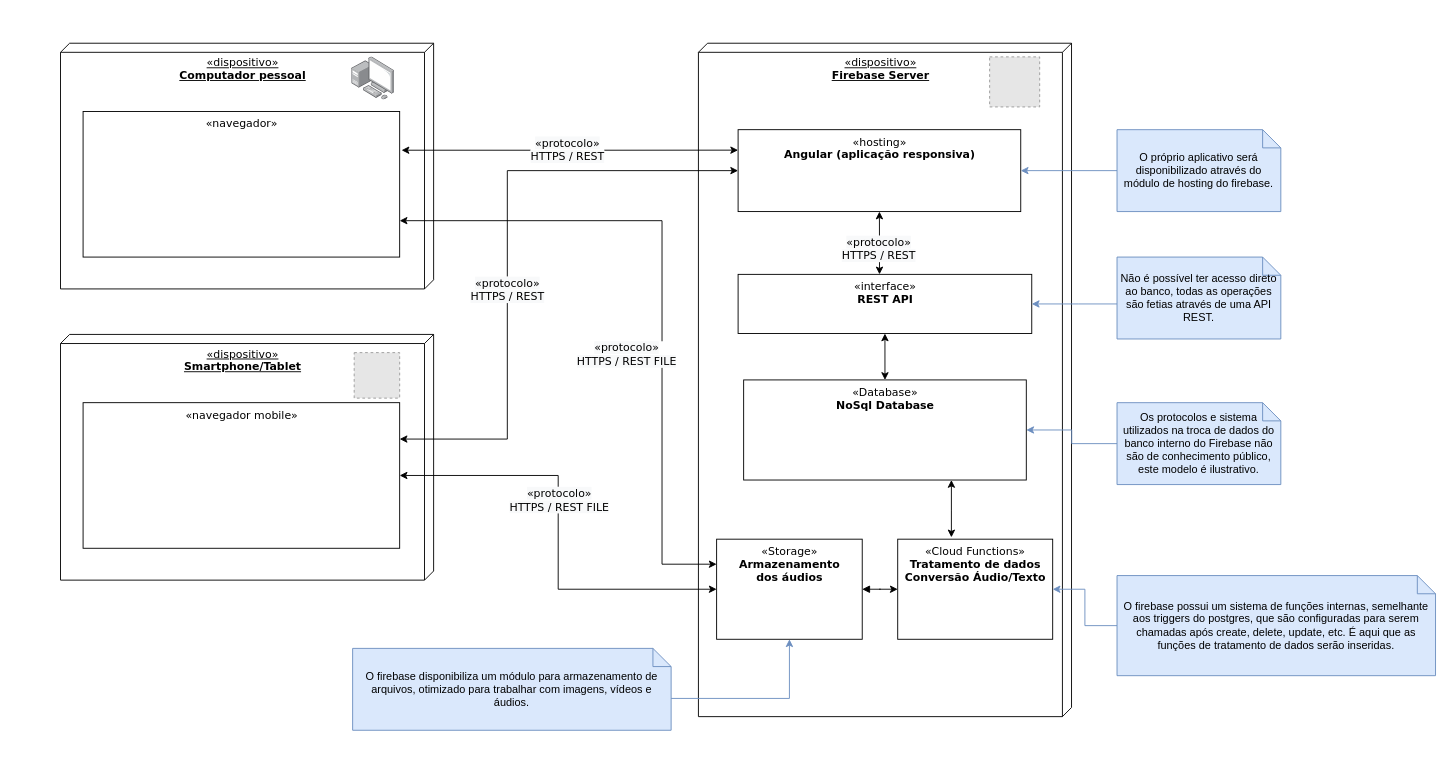
This is Modelagem Arquitetura/Modelo de Implantação.drawio from BrunoLunardi/SIN412-DESENVOLVIMENTO-APP, a draw.io file, before an edit. Source tidied: cells renumbered, new cells numbered last; positions are measured from the earlier drawing's top-left corner, leaving out a move shared by most shapes. Both pictures are drawn from the tidied source at 91%, with x=0, y=0 at pixel (60, 43). Pictures stored in the file or linked from it are replaced by grey dashed boxes.
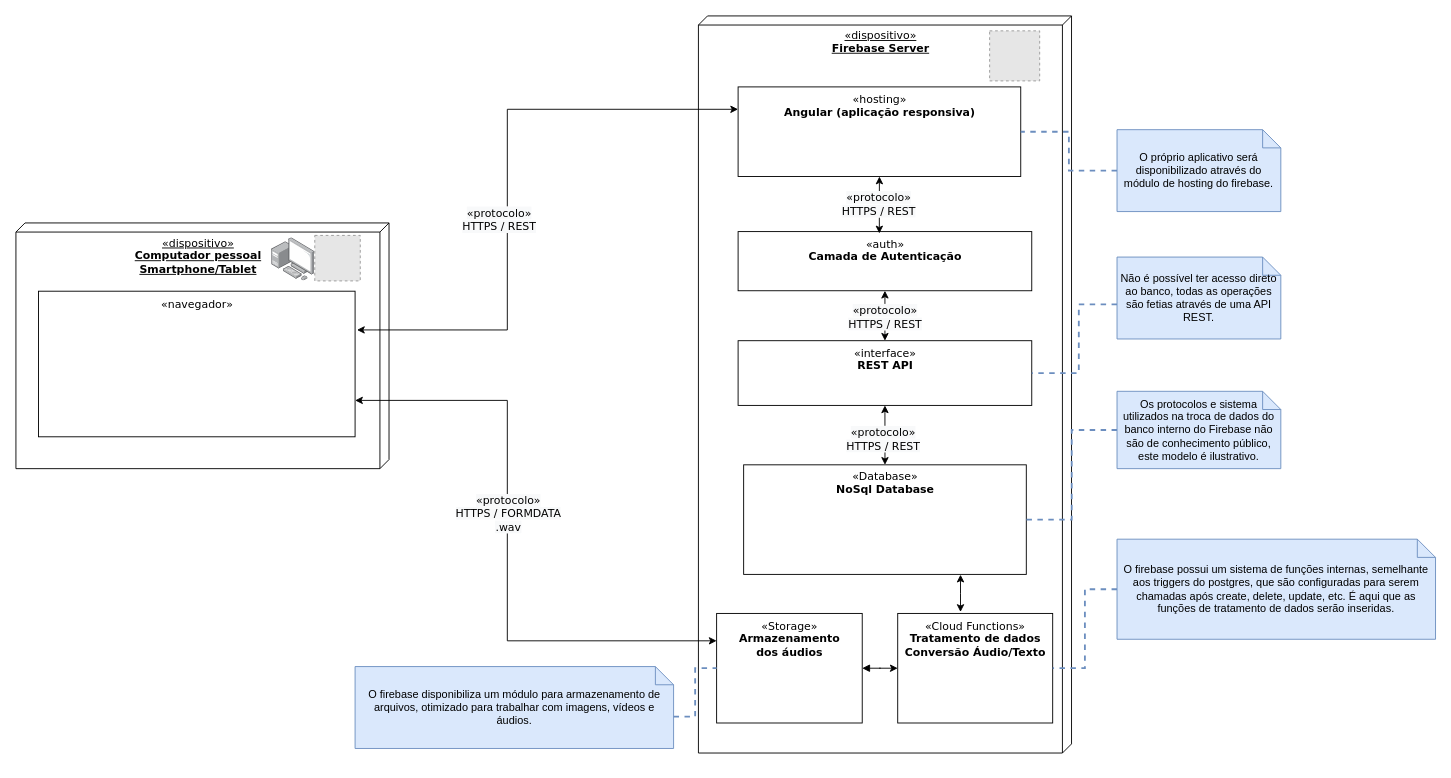
Above is the later version.

Commit message (it also covers changes not shown here):
Correções frinhani

The change refers to these unchanged cells:
```xml
<mxCell id="6" style="edgeStyle=none;rounded=0;jettySize=auto;html=1;exitX=0.5;exitY=1;exitDx=0;exitDy=0;entryX=0.5;entryY=0;entryDx=0;entryDy=0;startArrow=classic;startFill=1;" parent="4" edge="1" source="7" target="9">
  <mxGeometry relative="1" as="geometry" />
</mxCell>
<mxCell id="36" value="O próprio aplicativo será disponibilizado através do módulo de hosting do firebase." style="shape=note;size=20;whiteSpace=wrap;html=1;fillColor=#dae8fc;strokeColor=#6c8ebf;" parent="1" vertex="1">
  <mxGeometry x="1161" y="95" width="180" height="90" as="geometry" />
</mxCell>
<mxCell id="38" value="Não é possível ter acesso direto ao banco, todas as operações são fetias através de uma API REST." style="shape=note;size=20;whiteSpace=wrap;html=1;fillColor=#dae8fc;strokeColor=#6c8ebf;" parent="1" vertex="1">
  <mxGeometry x="1161" y="235" width="180" height="90" as="geometry" />
</mxCell>
```

The edit, as a diff of the source:
```diff
@@
     <mxCell id="2" style="group;fontStyle=0;" parent="1" vertex="1">
-      <mxGeometry x="481" y="40" width="630" height="740" as="geometry" />
+      <mxGeometry x="481" y="50" width="630" height="740" as="geometry" />
     </mxCell>
     <mxCell id="3" style="group;" parent="2" vertex="1">
-      <mxGeometry x="220" y="-40" width="410" height="740" as="geometry" />
+      <mxGeometry x="220" y="-80" width="410" height="810" as="geometry" />
     </mxCell>
     <mxCell id="4" style="group;" parent="3" vertex="1">
-      <mxGeometry width="410" height="740" as="geometry" />
+      <mxGeometry width="410" height="810" as="geometry" />
     </mxCell>
     <mxCell id="5" value="«dispositivo»&lt;br&gt;&lt;b&gt;Firebase Server&lt;/b&gt;" style="verticalAlign=top;align=center;spacingTop=8;spacingLeft=2;spacingRight=12;shape=cube;size=10;direction=south;fontStyle=4;html=1;rounded=0;shadow=0;comic=0;labelBackgroundColor=none;strokeWidth=1;fontFamily=Verdana;fontSize=12;" parent="4" vertex="1">
-      <mxGeometry width="410" height="740" as="geometry" />
+      <mxGeometry width="410" height="810" as="geometry" />
     </mxCell>
@@
+    <mxCell id="41" value="&lt;span style=&quot;font-family: &amp;#34;verdana&amp;#34; ; font-size: 12px ; background-color: rgb(248 , 249 , 250)&quot;&gt;«protocolo»&lt;/span&gt;&lt;br style=&quot;font-family: &amp;#34;verdana&amp;#34; ; font-size: 12px&quot;&gt;&lt;span style=&quot;font-family: &amp;#34;verdana&amp;#34; ; font-size: 12px ; background-color: rgb(248 , 249 , 250)&quot;&gt;HTTPS / REST&lt;/span&gt;" style="edgeLabel;html=1;align=center;verticalAlign=middle;" parent="6" vertex="1">
+      <mxGeometry x="0.09" y="-2" relative="1" as="geometry" />
+    </mxCell>
     <mxCell id="7" value="«interface»&lt;br&gt;&lt;b&gt;REST API&lt;/b&gt;" style="html=1;rounded=0;shadow=0;comic=0;labelBackgroundColor=none;strokeWidth=1;fontFamily=Verdana;fontSize=12;align=center;verticalAlign=top;" parent="4" vertex="1">
-      <mxGeometry x="43.6" y="254" width="322.7" height="65" as="geometry" />
+      <mxGeometry x="43.6" y="356.9" width="322.7" height="71.1" as="geometry" />
     </mxCell>
     <mxCell id="8" style="edgeStyle=orthogonalEdgeStyle;rounded=0;orthogonalLoop=1;jettySize=auto;html=1;startArrow=classic;startFill=1;" parent="4" edge="1">
       <mxGeometry relative="1" as="geometry">
-        <mxPoint x="278" y="480" as="sourcePoint" />
-        <mxPoint x="278" y="543" as="targetPoint" />
+        <mxPoint x="288" y="614" as="sourcePoint" />
+        <mxPoint x="288" y="655" as="targetPoint" />
         <Array as="points">
-          <mxPoint x="278" y="513" />
-          <mxPoint x="278" y="513" />
+          <mxPoint x="288" y="635" />
+          <mxPoint x="288" y="635" />
         </Array>
       </mxGeometry>
     </mxCell>
     <mxCell id="9" value="«Database»&lt;br&gt;&lt;b&gt;NoSql Database&lt;/b&gt;" style="html=1;rounded=0;shadow=0;comic=0;labelBackgroundColor=none;strokeWidth=1;fontFamily=Verdana;fontSize=12;align=center;verticalAlign=top;" parent="4" vertex="1">
-      <mxGeometry x="49.7" y="370" width="310.6" height="110" as="geometry" />
+      <mxGeometry x="49.7" y="493.3" width="310.6" height="120.4" as="geometry" />
     </mxCell>
     <mxCell id="10" style="fillColor=#E6E6E6;strokeColor=#999999;dashed=1;html=1;verticalAlign=top;verticalLabelPosition=bottom;labelBackgroundColor=#ffffff;" parent="4" vertex="1">
-      <mxGeometry x="320" y="15" width="55" height="55" as="geometry" />
+      <mxGeometry x="320" y="16.4" width="55" height="55" as="geometry" />
     </mxCell>
     <mxCell id="11" value="«Cloud Functions»&lt;br&gt;&lt;b&gt;Tratamento de dados&lt;br&gt;Conversão Áudio/Texto&lt;br&gt;&lt;/b&gt;" style="html=1;rounded=0;shadow=0;comic=0;labelBackgroundColor=none;strokeWidth=1;fontFamily=Verdana;fontSize=12;align=center;verticalAlign=top;" parent="4" vertex="1">
-      <mxGeometry x="219" y="545" width="170.3" height="110" as="geometry" />
+      <mxGeometry x="219" y="656.6" width="170.3" height="120.4" as="geometry" />
     </mxCell>
     <mxCell id="12" value="«hosting»&lt;br&gt;&lt;b&gt;Angular (aplicação responsiva)&lt;/b&gt;" style="html=1;rounded=0;shadow=0;comic=0;labelBackgroundColor=none;strokeWidth=1;fontFamily=Verdana;fontSize=12;align=center;verticalAlign=top;" parent="4" vertex="1">
-      <mxGeometry x="43.6" y="95" width="310.6" height="90" as="geometry" />
+      <mxGeometry x="43.6" y="78" width="310.6" height="98.5" as="geometry" />
     </mxCell>
-    <mxCell id="13" style="edgeStyle=orthogonalEdgeStyle;rounded=0;jettySize=auto;html=1;startArrow=classic;startFill=1;entryX=0.5;entryY=1;entryDx=0;entryDy=0;" parent="4" edge="1" target="12">
-      <mxGeometry relative="1" as="geometry">
-        <mxPoint x="199" y="254" as="sourcePoint" />
-        <Array as="points">
-          <mxPoint x="199" y="254" />
-        </Array>
-      </mxGeometry>
-    </mxCell>
-    <mxCell id="14" value="&lt;span style=&quot;font-family: &amp;#34;verdana&amp;#34; ; font-size: 12px ; background-color: rgb(248 , 249 , 250)&quot;&gt;«protocolo»&lt;br&gt;HTTPS / REST&lt;br&gt;&lt;/span&gt;" style="edgeLabel;html=1;align=center;verticalAlign=middle;" parent="13" vertex="1">
-      <mxGeometry x="-0.15" y="1" relative="1" as="geometry" />
-    </mxCell>
@@
     <mxCell id="16" value="«Storage»&lt;br&gt;&lt;b&gt;Armazenamento&lt;br&gt;dos áudios&lt;br&gt;&lt;/b&gt;" style="html=1;rounded=0;shadow=0;comic=0;labelBackgroundColor=none;strokeWidth=1;fontFamily=Verdana;fontSize=12;align=center;verticalAlign=top;" parent="4" vertex="1">
-      <mxGeometry x="20" y="545" width="160" height="110" as="geometry" />
+      <mxGeometry x="20" y="656.6" width="160" height="120.4" as="geometry" />
     </mxCell>
+    <mxCell id="39" value="O firebase disponibiliza um módulo para armazenamento de arquivos, otimizado para trabalhar com imagens, vídeos e áudios." style="shape=note;size=20;whiteSpace=wrap;html=1;fillColor=#dae8fc;strokeColor=#6c8ebf;" parent="2" vertex="1">
+      <mxGeometry x="-157.3" y="635" width="350" height="90" as="geometry" />
+    </mxCell>
+    <mxCell id="40" style="edgeStyle=orthogonalEdgeStyle;rounded=0;jettySize=auto;html=1;exitX=0;exitY=0;exitDx=350;exitDy=55;exitPerimeter=0;startArrow=none;startFill=0;fillColor=#dae8fc;strokeColor=#6c8ebf;dashed=1;endArrow=none;endFill=0;strokeWidth=2;" parent="2" edge="1" source="39" target="16">
+      <mxGeometry relative="1" as="geometry" />
+    </mxCell>
-    <mxCell id="17" style="edgeStyle=orthogonalEdgeStyle;rounded=0;jettySize=auto;html=1;exitX=0;exitY=0.5;exitDx=0;exitDy=0;exitPerimeter=0;entryX=1;entryY=0.5;entryDx=0;entryDy=0;fillColor=#dae8fc;strokeColor=#6c8ebf;" parent="1" edge="1" source="22" target="9">
+    <mxCell id="17" style="edgeStyle=orthogonalEdgeStyle;rounded=0;jettySize=auto;html=1;exitX=0;exitY=0.5;exitDx=0;exitDy=0;exitPerimeter=0;entryX=1;entryY=0.5;entryDx=0;entryDy=0;fillColor=#dae8fc;strokeColor=#6c8ebf;endArrow=none;endFill=0;dashed=1;strokeWidth=2;" parent="1" edge="1" source="22" target="9">
       <mxGeometry relative="1" as="geometry" />
     </mxCell>
-    <mxCell id="18" style="edgeStyle=orthogonalEdgeStyle;rounded=0;jettySize=auto;html=1;exitX=0;exitY=0.5;exitDx=0;exitDy=0;exitPerimeter=0;entryX=1;entryY=0.5;entryDx=0;entryDy=0;fillColor=#dae8fc;strokeColor=#6c8ebf;" parent="1" edge="1" source="23" target="11">
+    <mxCell id="18" style="edgeStyle=orthogonalEdgeStyle;rounded=0;jettySize=auto;html=1;exitX=0;exitY=0.5;exitDx=0;exitDy=0;exitPerimeter=0;entryX=1;entryY=0.5;entryDx=0;entryDy=0;fillColor=#dae8fc;strokeColor=#6c8ebf;dashed=1;endArrow=none;endFill=0;strokeWidth=2;" parent="1" edge="1" source="23" target="11">
       <mxGeometry relative="1" as="geometry" />
     </mxCell>
-    <mxCell id="19" value="«dispositivo»&lt;br&gt;&lt;b&gt;Computador pessoal&lt;/b&gt;" style="verticalAlign=top;align=center;spacingTop=8;spacingLeft=2;spacingRight=12;shape=cube;size=10;direction=south;fontStyle=4;html=1;rounded=0;shadow=0;comic=0;labelBackgroundColor=none;strokeWidth=1;fontFamily=Verdana;fontSize=12;" parent="1" vertex="1">
-      <mxGeometry width="410" height="270" as="geometry" />
+    <mxCell id="19" value="«dispositivo»&lt;br&gt;&lt;b&gt;Computador pessoal&lt;br&gt;&lt;/b&gt;&lt;b&gt;Smartphone/Tablet&lt;/b&gt;" style="verticalAlign=top;align=center;spacingTop=8;spacingLeft=2;spacingRight=12;shape=cube;size=10;direction=south;fontStyle=4;html=1;rounded=0;shadow=0;comic=0;labelBackgroundColor=none;strokeWidth=1;fontFamily=Verdana;fontSize=12;" parent="1" vertex="1">
+      <mxGeometry x="-49" y="197.5" width="410" height="270" as="geometry" />
     </mxCell>
     <mxCell id="20" value="«navegador»" style="html=1;rounded=0;shadow=0;comic=0;labelBackgroundColor=none;strokeWidth=1;fontFamily=Verdana;fontSize=12;align=center;verticalAlign=top;" parent="1" vertex="1">
-      <mxGeometry x="24.8" y="75" width="347.9" height="160" as="geometry" />
+      <mxGeometry x="-24.2" y="272.5" width="347.9" height="160" as="geometry" />
     </mxCell>
     <mxCell id="21" style="html=1;align=center;shadow=0;dashed=0;image;image=img/lib/allied_telesis/computer_and_terminals/Personal_Computer_with_Server.svg;" parent="1" vertex="1">
-      <mxGeometry x="320" y="15" width="47.4" height="47.4" as="geometry" />
+      <mxGeometry x="232" y="213.8" width="47.4" height="47.4" as="geometry" />
     </mxCell>
     <mxCell id="22" value="Os protocolos e sistema utilizados na troca de dados do banco interno do Firebase não são de conhecimento público, este modelo é ilustrativo." style="shape=note;size=20;whiteSpace=wrap;html=1;fillColor=#dae8fc;strokeColor=#6c8ebf;" parent="1" vertex="1">
-      <mxGeometry x="1161" y="395" width="180" height="90" as="geometry" />
+      <mxGeometry x="1161" y="382.5" width="180" height="85" as="geometry" />
     </mxCell>
     <mxCell id="23" value="O firebase possui um sistema de funções internas, semelhante aos triggers do postgres, que são configuradas para serem chamadas após create, delete, update, etc. É aqui que as funções de tratamento de dados serão inseridas." style="shape=note;size=20;whiteSpace=wrap;html=1;fillColor=#dae8fc;strokeColor=#6c8ebf;" parent="1" vertex="1">
-      <mxGeometry x="1161" y="585" width="350" height="110" as="geometry" />
+      <mxGeometry x="1161" y="545" width="350" height="110" as="geometry" />
     </mxCell>
-    <mxCell id="24" value="«dispositivo»&lt;br&gt;&lt;b&gt;Smartphone/Tablet&lt;/b&gt;" style="verticalAlign=top;align=center;spacingTop=8;spacingLeft=2;spacingRight=12;shape=cube;size=10;direction=south;fontStyle=4;html=1;rounded=0;shadow=0;comic=0;labelBackgroundColor=none;strokeWidth=1;fontFamily=Verdana;fontSize=12;" parent="1" vertex="1">
-      <mxGeometry y="320" width="410" height="270" as="geometry" />
-    </mxCell>
-    <mxCell id="25" value="«navegador mobile»" style="html=1;rounded=0;shadow=0;comic=0;labelBackgroundColor=none;strokeWidth=1;fontFamily=Verdana;fontSize=12;align=center;verticalAlign=top;" parent="1" vertex="1">
-      <mxGeometry x="24.8" y="395" width="347.9" height="160" as="geometry" />
-    </mxCell>
     <mxCell id="26" style="fillColor=#E6E6E6;strokeColor=#999999;dashed=1;html=1;verticalAlign=top;verticalLabelPosition=bottom;labelBackgroundColor=#ffffff;" parent="1" vertex="1">
-      <mxGeometry x="322.7" y="340" width="50" height="50" as="geometry" />
+      <mxGeometry x="279.4" y="211.2" width="50" height="50" as="geometry" />
     </mxCell>
     <mxCell id="27" style="rounded=0;jettySize=auto;html=1;startArrow=classic;startFill=1;entryX=0;entryY=0.25;entryDx=0;entryDy=0;exitX=1.006;exitY=0.266;exitDx=0;exitDy=0;exitPerimeter=0;edgeStyle=orthogonalEdgeStyle;" parent="1" edge="1" source="20" target="12">
-      <mxGeometry relative="1" as="geometry" />
+      <mxGeometry relative="1" as="geometry">
+        <Array as="points">
+          <mxPoint x="491" y="315" />
+          <mxPoint x="491" y="73" />
+          <mxPoint x="745" y="73" />
+        </Array>
+      </mxGeometry>
     </mxCell>
     <mxCell id="28" value="&lt;span style=&quot;font-family: &amp;#34;verdana&amp;#34; ; font-size: 12px ; background-color: rgb(248 , 249 , 250)&quot;&gt;«protocolo»&lt;br&gt;HTTPS / REST&lt;br&gt;&lt;/span&gt;" style="edgeLabel;html=1;align=center;verticalAlign=middle;" parent="27" vertex="1">
       <mxGeometry x="0.2" y="1" relative="1" as="geometry">
-        <mxPoint x="-40.1" as="offset" />
+        <mxPoint x="-9" y="110.4" as="offset" />
       </mxGeometry>
     </mxCell>
-    <mxCell id="29" style="edgeStyle=orthogonalEdgeStyle;rounded=0;jettySize=auto;html=1;exitX=1;exitY=0.25;exitDx=0;exitDy=0;startArrow=classic;startFill=1;entryX=0;entryY=0.5;entryDx=0;entryDy=0;" parent="1" edge="1" source="25" target="12">
-      <mxGeometry relative="1" as="geometry">
-        <Array as="points">
-          <mxPoint x="491" y="435" />
-          <mxPoint x="491" y="140" />
-        </Array>
-      </mxGeometry>
-    </mxCell>
-    <mxCell id="30" value="&lt;span style=&quot;font-family: &amp;#34;verdana&amp;#34; ; font-size: 12px ; background-color: rgb(248 , 249 , 250)&quot;&gt;«protocolo»&lt;br&gt;HTTPS / REST&lt;br&gt;&lt;/span&gt;" style="edgeLabel;html=1;align=center;verticalAlign=middle;" parent="29" vertex="1">
-      <mxGeometry x="-0.15" y="1" relative="1" as="geometry" />
-    </mxCell>
-    <mxCell id="31" style="edgeStyle=orthogonalEdgeStyle;rounded=0;jettySize=auto;html=1;startArrow=classic;startFill=1;entryX=0;entryY=0.5;entryDx=0;entryDy=0;" parent="1" edge="1" source="25" target="16">
-      <mxGeometry relative="1" as="geometry" />
-    </mxCell>
-    <mxCell id="32" value="&lt;span style=&quot;font-family: &amp;#34;verdana&amp;#34; ; font-size: 12px ; background-color: rgb(248 , 249 , 250)&quot;&gt;«protocolo»&lt;br&gt;HTTPS / REST FILE&lt;br&gt;&lt;/span&gt;" style="edgeLabel;html=1;align=center;verticalAlign=middle;" parent="31" vertex="1">
-      <mxGeometry x="-0.15" y="1" relative="1" as="geometry" />
-    </mxCell>
     <mxCell id="33" style="rounded=0;jettySize=auto;html=1;startArrow=classic;startFill=1;entryX=0;entryY=0.25;entryDx=0;entryDy=0;exitX=1;exitY=0.75;exitDx=0;exitDy=0;edgeStyle=orthogonalEdgeStyle;" parent="1" edge="1" source="20" target="16">
       <mxGeometry relative="1" as="geometry">
         <Array as="points">
-          <mxPoint x="661" y="195" />
-          <mxPoint x="661" y="573" />
+          <mxPoint x="491" y="393" />
+          <mxPoint x="491" y="657" />
         </Array>
       </mxGeometry>
     </mxCell>
-    <mxCell id="34" value="&lt;span style=&quot;font-family: &amp;#34;verdana&amp;#34; ; font-size: 12px ; background-color: rgb(248 , 249 , 250)&quot;&gt;«protocolo»&lt;br&gt;HTTPS / REST FILE&lt;br&gt;&lt;/span&gt;" style="edgeLabel;html=1;align=center;verticalAlign=middle;" parent="33" vertex="1">
+    <mxCell id="34" value="&lt;span style=&quot;font-family: &amp;#34;verdana&amp;#34; ; font-size: 12px ; background-color: rgb(248 , 249 , 250)&quot;&gt;«protocolo»&lt;br&gt;HTTPS / FORMDATA&lt;br&gt;.wav&lt;br&gt;&lt;/span&gt;" style="edgeLabel;html=1;align=center;verticalAlign=middle;" parent="33" vertex="1">
       <mxGeometry x="0.2" y="1" relative="1" as="geometry">
-        <mxPoint x="-40.1" as="offset" />
+        <mxPoint x="-1" y="-106" as="offset" />
       </mxGeometry>
     </mxCell>
-    <mxCell id="35" style="edgeStyle=orthogonalEdgeStyle;rounded=0;jettySize=auto;html=1;exitX=0;exitY=0.5;exitDx=0;exitDy=0;exitPerimeter=0;entryX=1;entryY=0.5;entryDx=0;entryDy=0;startArrow=none;startFill=0;fillColor=#dae8fc;strokeColor=#6c8ebf;" parent="1" edge="1" source="36" target="12">
+    <mxCell id="35" style="edgeStyle=orthogonalEdgeStyle;rounded=0;jettySize=auto;html=1;exitX=0;exitY=0.5;exitDx=0;exitDy=0;exitPerimeter=0;entryX=1;entryY=0.5;entryDx=0;entryDy=0;startArrow=none;startFill=0;fillColor=#dae8fc;strokeColor=#6c8ebf;dashed=1;endArrow=none;endFill=0;strokeWidth=2;" parent="1" edge="1" source="36" target="12">
       <mxGeometry relative="1" as="geometry" />
     </mxCell>
@@
-    <mxCell id="37" style="edgeStyle=orthogonalEdgeStyle;rounded=0;jettySize=auto;html=1;startArrow=none;startFill=0;entryX=1;entryY=0.5;entryDx=0;entryDy=0;fillColor=#dae8fc;strokeColor=#6c8ebf;" parent="1" edge="1" source="38" target="7">
+    <mxCell id="37" style="edgeStyle=orthogonalEdgeStyle;rounded=0;jettySize=auto;html=1;startArrow=none;startFill=0;entryX=1;entryY=0.5;entryDx=0;entryDy=0;fillColor=#dae8fc;strokeColor=#6c8ebf;dashed=1;endArrow=none;endFill=0;strokeWidth=2;" parent="1" edge="1" source="38" target="7">
       <mxGeometry relative="1" as="geometry">
         <Array as="points">
           <mxPoint x="1119" y="287" />
         </Array>
       </mxGeometry>
     </mxCell>
@@
-    <mxCell id="39" value="O firebase disponibiliza um módulo para armazenamento de arquivos, otimizado para trabalhar com imagens, vídeos e áudios." style="shape=note;size=20;whiteSpace=wrap;html=1;fillColor=#dae8fc;strokeColor=#6c8ebf;" parent="1" vertex="1">
-      <mxGeometry x="321" y="665" width="350" height="90" as="geometry" />
-    </mxCell>
-    <mxCell id="40" style="edgeStyle=orthogonalEdgeStyle;rounded=0;jettySize=auto;html=1;exitX=0;exitY=0;exitDx=350;exitDy=55;exitPerimeter=0;startArrow=none;startFill=0;fillColor=#dae8fc;strokeColor=#6c8ebf;" parent="1" edge="1" source="39" target="16">
-      <mxGeometry relative="1" as="geometry" />
-    </mxCell>
+    <mxCell id="42" value="«auth»&lt;br&gt;&lt;b&gt;Camada de Autenticação&lt;/b&gt;" style="html=1;rounded=0;shadow=0;comic=0;labelBackgroundColor=none;strokeWidth=1;fontFamily=Verdana;fontSize=12;align=center;verticalAlign=top;" parent="1" vertex="1">
+      <mxGeometry x="744.6" y="207" width="322.7" height="65" as="geometry" />
+    </mxCell>
+    <mxCell id="13" style="edgeStyle=orthogonalEdgeStyle;rounded=0;jettySize=auto;html=1;startArrow=classic;startFill=1;entryX=0.5;entryY=1;entryDx=0;entryDy=0;exitX=0.481;exitY=0.031;exitDx=0;exitDy=0;exitPerimeter=0;" parent="1" edge="1" source="42" target="12">
+      <mxGeometry relative="1" as="geometry" />
+    </mxCell>
+    <mxCell id="14" value="&lt;span style=&quot;font-family: &amp;#34;verdana&amp;#34; ; font-size: 12px ; background-color: rgb(248 , 249 , 250)&quot;&gt;«protocolo»&lt;br&gt;HTTPS / REST&lt;br&gt;&lt;/span&gt;" style="edgeLabel;html=1;align=center;verticalAlign=middle;" parent="13" vertex="1">
+      <mxGeometry x="-0.15" y="1" relative="1" as="geometry">
+        <mxPoint y="-6" as="offset" />
+      </mxGeometry>
+    </mxCell>
+    <mxCell id="43" style="edgeStyle=none;rounded=0;jettySize=auto;html=1;exitX=0.5;exitY=1;exitDx=0;exitDy=0;startArrow=classic;startFill=1;entryX=0.5;entryY=0;entryDx=0;entryDy=0;" parent="1" edge="1" source="42" target="7">
+      <mxGeometry relative="1" as="geometry" />
+    </mxCell>
+    <mxCell id="44" value="&lt;span style=&quot;font-family: &amp;#34;verdana&amp;#34; ; font-size: 12px ; background-color: rgb(248 , 249 , 250)&quot;&gt;«protocolo»&lt;/span&gt;&lt;br style=&quot;font-family: &amp;#34;verdana&amp;#34; ; font-size: 12px&quot;&gt;&lt;span style=&quot;font-family: &amp;#34;verdana&amp;#34; ; font-size: 12px ; background-color: rgb(248 , 249 , 250)&quot;&gt;HTTPS / REST&lt;/span&gt;" style="edgeLabel;html=1;align=center;verticalAlign=middle;" parent="43" vertex="1">
+      <mxGeometry x="-0.15" relative="1" as="geometry">
+        <mxPoint y="5" as="offset" />
+      </mxGeometry>
+    </mxCell>
```
